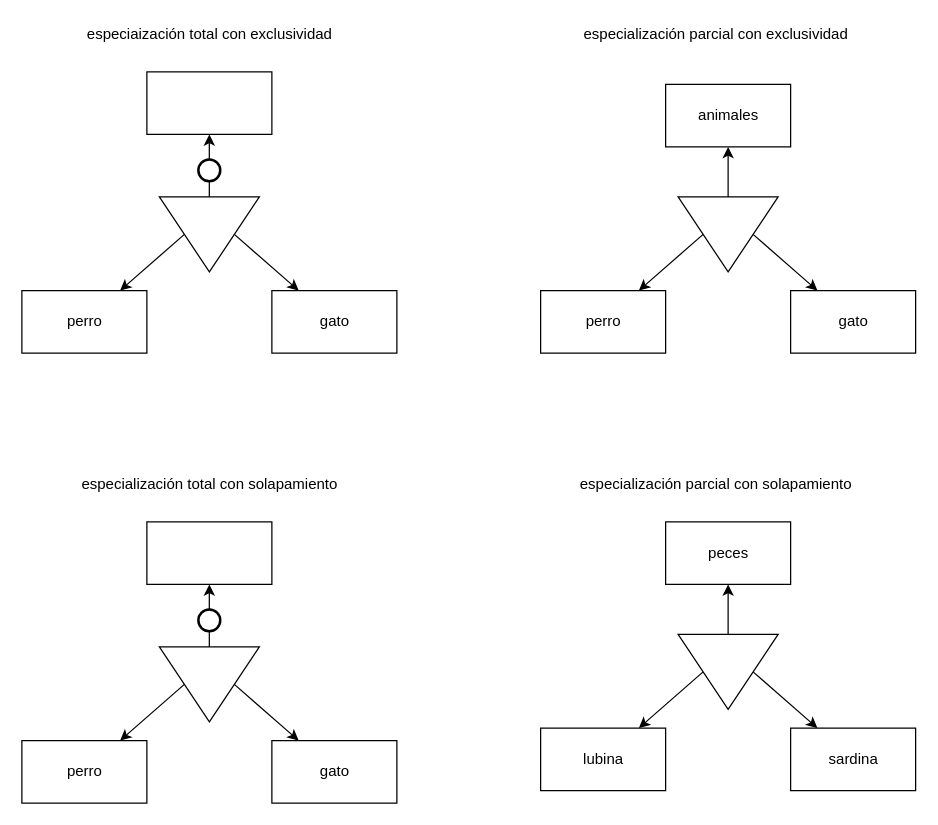
Before: ejemplos_especialidad.drawio in Alejandrogaralv/Bases_de_datos, a draw.io diagram. Source tidied: cells renumbered, new cells numbered last; positions are measured from the earlier drawing's top-left corner, leaving out a move shared by most shapes. Both pictures are drawn from the tidied source at 125%, with x=0, y=0 at pixel (21, 21).
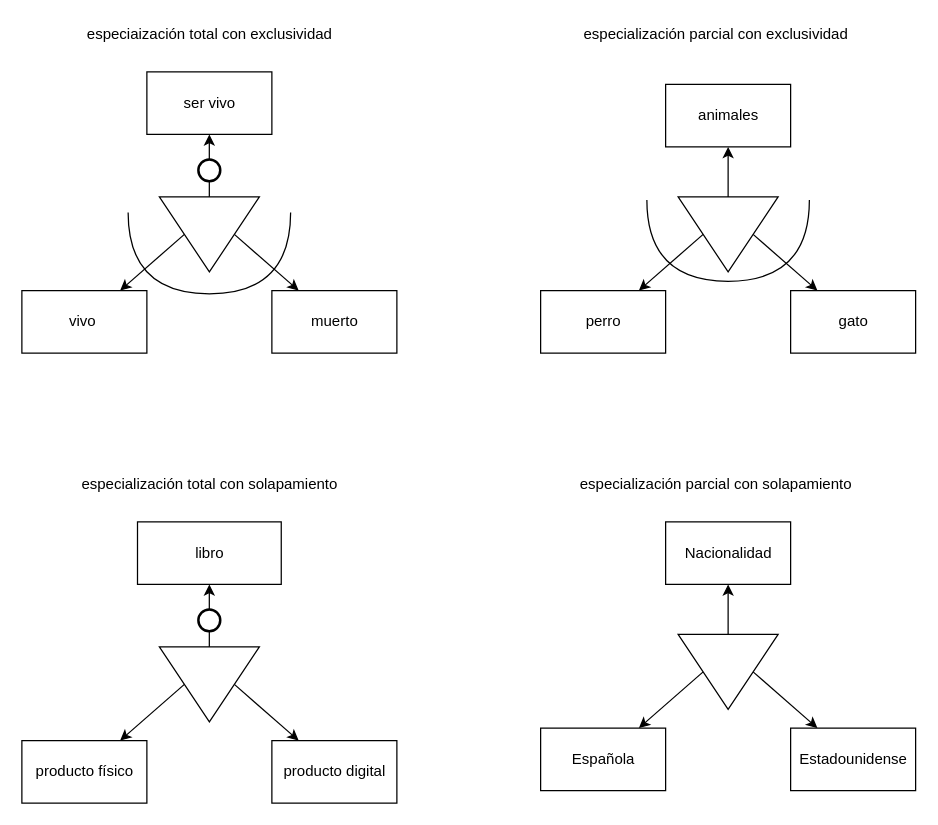
After the change.

Change to the diagram source:
```diff
@@
-    <mxCell id="16" value="peces" style="html=1;dashed=0;whitespace=wrap;" parent="1" vertex="1">
+    <mxCell id="16" value="Nacionalidad" style="html=1;dashed=0;whitespace=wrap;" parent="1" vertex="1">
       <mxGeometry x="515" y="400" width="100" height="50" as="geometry" />
     </mxCell>
-    <mxCell id="17" value="lubina" style="html=1;dashed=0;whitespace=wrap;" parent="1" vertex="1">
+    <mxCell id="17" value="Española" style="html=1;dashed=0;whitespace=wrap;" parent="1" vertex="1">
       <mxGeometry x="415" y="565" width="100" height="50" as="geometry" />
     </mxCell>
-    <mxCell id="18" value="sardina" style="html=1;dashed=0;whitespace=wrap;" parent="1" vertex="1">
+    <mxCell id="18" value="Estadounidense" style="html=1;dashed=0;whitespace=wrap;" parent="1" vertex="1">
       <mxGeometry x="615" y="565" width="100" height="50" as="geometry" />
     </mxCell>
@@
-    <mxCell id="24" value="perro" style="html=1;dashed=0;whitespace=wrap;" parent="1" vertex="1">
+    <mxCell id="24" value="vivo&amp;nbsp;" style="html=1;dashed=0;whitespace=wrap;" parent="1" vertex="1">
       <mxGeometry y="215" width="100" height="50" as="geometry" />
     </mxCell>
-    <mxCell id="25" value="gato" style="html=1;dashed=0;whitespace=wrap;" parent="1" vertex="1">
+    <mxCell id="25" value="muerto" style="html=1;dashed=0;whitespace=wrap;" parent="1" vertex="1">
       <mxGeometry x="200" y="215" width="100" height="50" as="geometry" />
     </mxCell>
@@
-    <mxCell id="28" style="html=1;dashed=0;whitespace=wrap;" parent="1" vertex="1">
+    <mxCell id="28" value="ser vivo" style="html=1;dashed=0;whitespace=wrap;" parent="1" vertex="1">
       <mxGeometry x="100" y="40" width="100" height="50" as="geometry" />
     </mxCell>
@@
-    <mxCell id="33" value="perro" style="html=1;dashed=0;whitespace=wrap;" parent="1" vertex="1">
+    <mxCell id="33" value="producto físico" style="html=1;dashed=0;whitespace=wrap;" parent="1" vertex="1">
       <mxGeometry y="575" width="100" height="50" as="geometry" />
     </mxCell>
-    <mxCell id="34" value="gato" style="html=1;dashed=0;whitespace=wrap;" parent="1" vertex="1">
+    <mxCell id="34" value="producto digital" style="html=1;dashed=0;whitespace=wrap;" parent="1" vertex="1">
       <mxGeometry x="200" y="575" width="100" height="50" as="geometry" />
     </mxCell>
@@
-    <mxCell id="37" style="html=1;dashed=0;whitespace=wrap;" parent="1" vertex="1">
-      <mxGeometry x="100" y="400" width="100" height="50" as="geometry" />
+    <mxCell id="37" value="libro" style="html=1;dashed=0;whitespace=wrap;" parent="1" vertex="1">
+      <mxGeometry x="92.5" y="400" width="115" height="50" as="geometry" />
     </mxCell>
+    <mxCell id="38" style="shape=requiredInterface;html=1;verticalLabelPosition=bottom;rotation=90;" parent="1" vertex="1">
+      <mxGeometry x="532.5" y="110" width="65" height="130" as="geometry" />
+    </mxCell>
+    <mxCell id="39" style="shape=requiredInterface;html=1;verticalLabelPosition=bottom;rotation=90;" parent="1" vertex="1">
+      <mxGeometry x="117.5" y="120" width="65" height="130" as="geometry" />
+    </mxCell>
```
